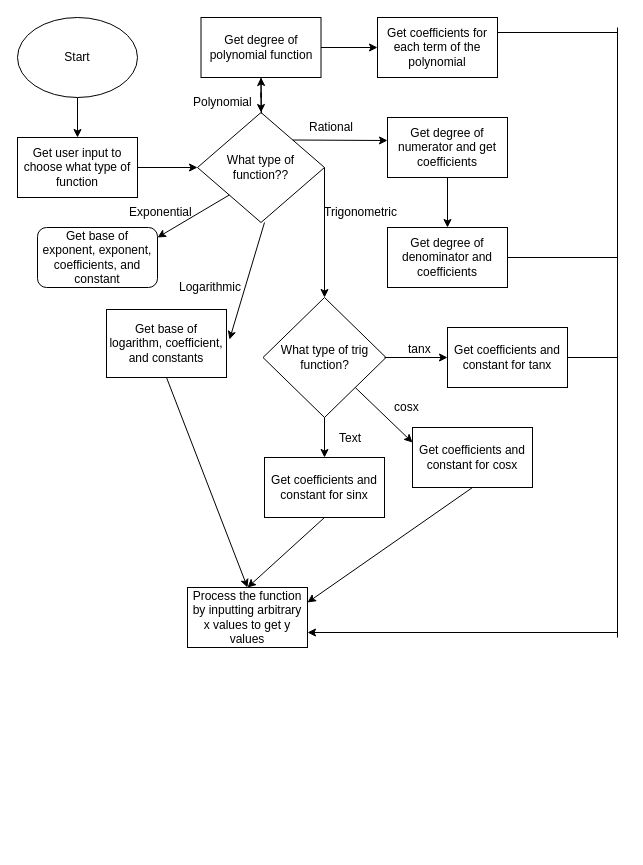
Above: SoftwareDesign.drawio in AveryChiu64/GraphingRobot (draw.io), before the change. Source tidied: cells renumbered, new cells numbered last; positions are measured from the earlier drawing's top-left corner, leaving out a move shared by most shapes. Both pictures are drawn from the tidied source at 100%, with x=0, y=0 at pixel (17, 17).
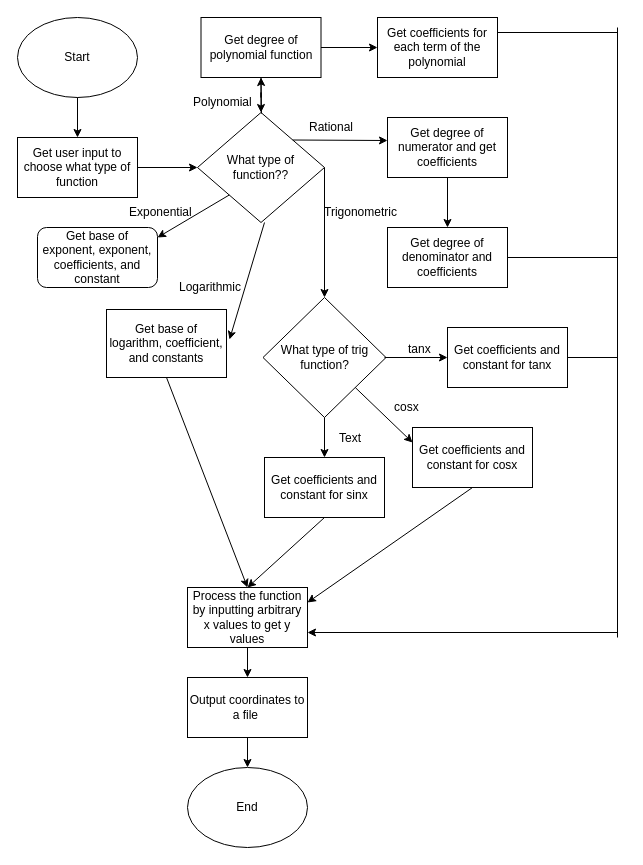
Above is the later version.

Commit message:
Finished end of C++ part

Unchanged cells that the change refers to:
```xml
<mxCell id="36" value="Process the function by inputting arbitrary x values to get y values" style="rounded=0;whiteSpace=wrap;html=1;" parent="1" vertex="1">
  <mxGeometry x="170" y="570" width="120" height="60" as="geometry" />
</mxCell>
```

Change to the diagram source:
```diff
@@
+    <mxCell id="45" value="Output coordinates to a file&amp;nbsp;" style="rounded=0;whiteSpace=wrap;html=1;" parent="1" vertex="1">
+      <mxGeometry x="170" y="660" width="120" height="60" as="geometry" />
+    </mxCell>
+    <mxCell id="46" style="endArrow=classic;html=1;entryX=0.5;entryY=0;entryDx=0;entryDy=0;exitX=0.5;exitY=1;exitDx=0;exitDy=0;" parent="1" edge="1" source="36" target="45">
+      <mxGeometry relative="1" as="geometry" />
+    </mxCell>
+    <mxCell id="47" value="End" style="ellipse;whiteSpace=wrap;html=1;" parent="1" vertex="1">
+      <mxGeometry x="170" y="750" width="120" height="80" as="geometry" />
+    </mxCell>
+    <mxCell id="48" style="endArrow=classic;html=1;entryX=0.5;entryY=0;entryDx=0;entryDy=0;" parent="1" edge="1" source="45" target="47">
+      <mxGeometry relative="1" as="geometry" />
+    </mxCell>
```
